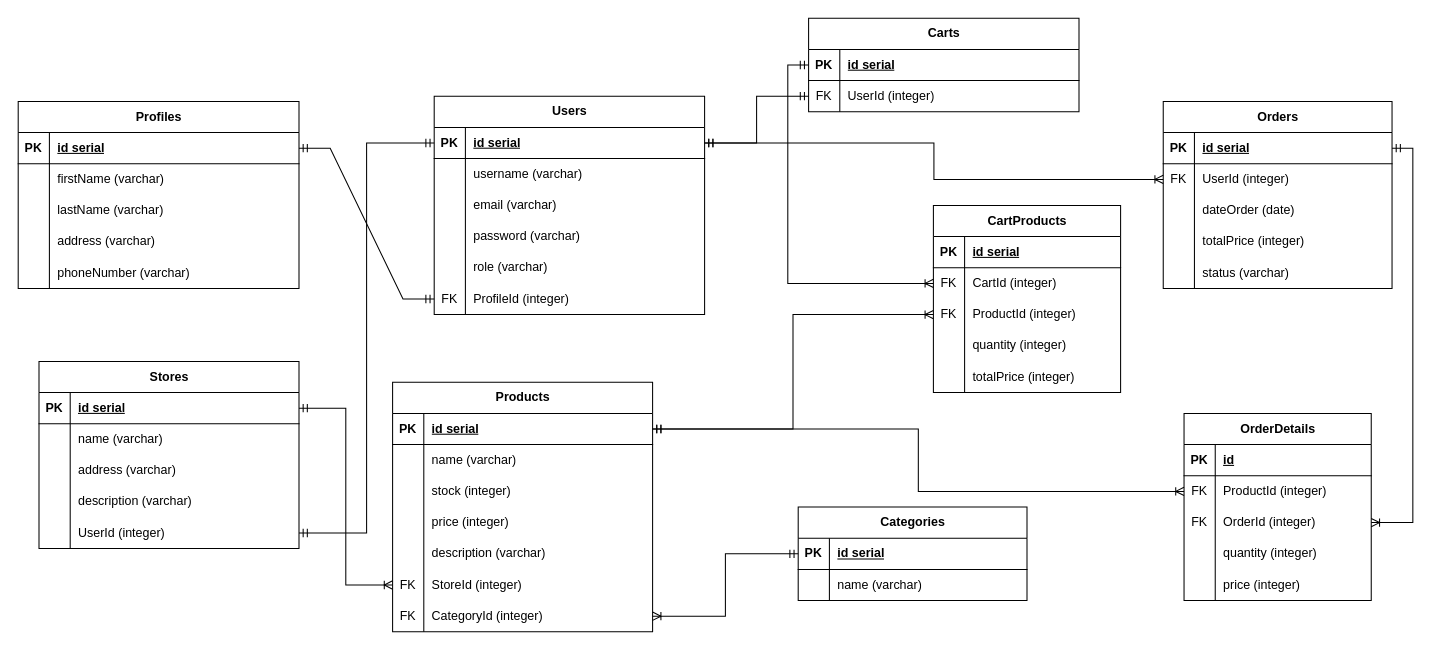
Above: scheme.png.drawio in fuadmuchtar/hacktiv8-ph1-pp-happy-thrift (draw.io), before the change. Source tidied: cells renumbered, new cells numbered last; positions are measured from the earlier drawing's top-left corner, leaving out a move shared by most shapes. Both pictures are drawn from the tidied source at 104%, with x=0, y=0 at pixel (18, 18).
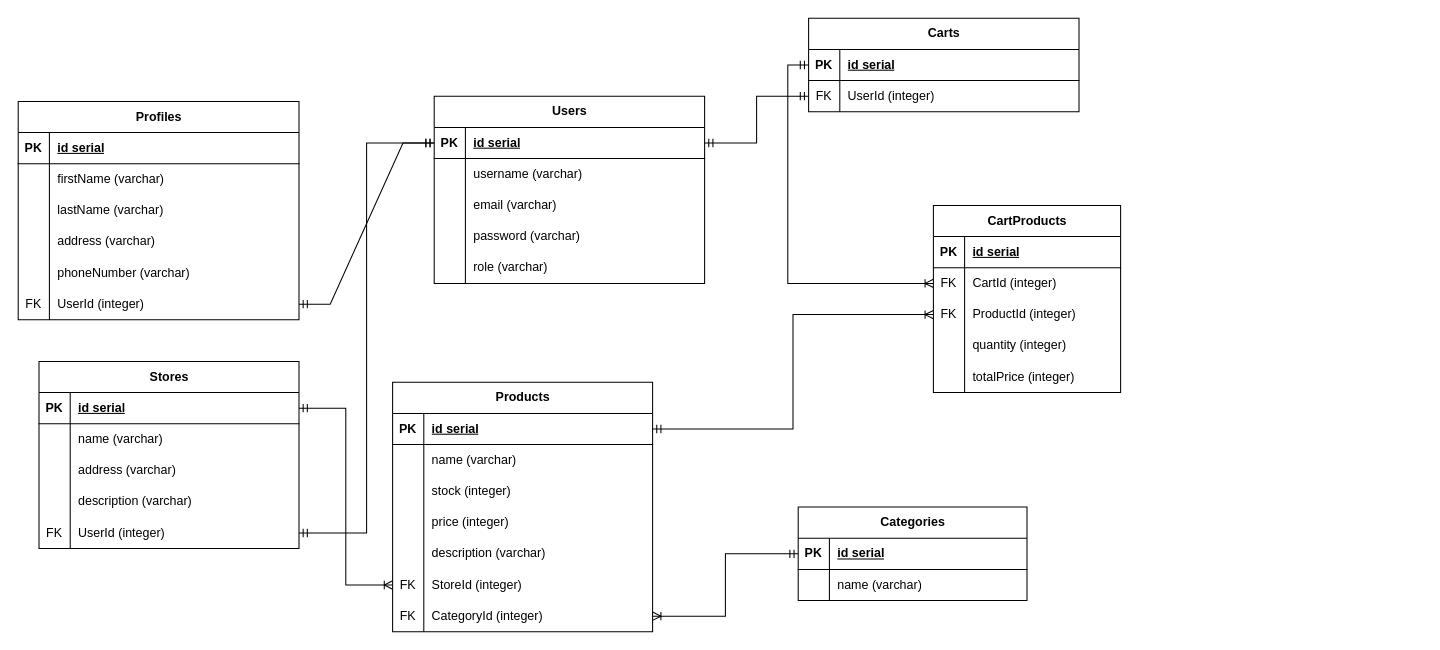
The same page after the edit.

Unchanged cells that the change refers to:
```xml
<mxCell id="3" style="shape=tableRow;horizontal=0;startSize=0;swimlaneHead=0;swimlaneBody=0;fillColor=none;points=[[0,0.5],[1,0.5]];portConstraint=eastwest;top=0;left=0;right=0;bottom=1;" parent="2" vertex="1">
  <mxGeometry y="30" width="260" height="30" as="geometry" />
</mxCell>
<mxCell id="22" style="shape=tableRow;horizontal=0;startSize=0;swimlaneHead=0;swimlaneBody=0;fillColor=none;points=[[0,0.5],[1,0.5]];portConstraint=eastwest;top=0;left=0;right=0;bottom=1;" parent="21" vertex="1">
  <mxGeometry y="30" width="270" height="30" as="geometry" />
</mxCell>
<mxCell id="51" style="shape=tableRow;horizontal=0;startSize=0;swimlaneHead=0;swimlaneBody=0;fillColor=none;points=[[0,0.5],[1,0.5]];portConstraint=eastwest;top=0;left=0;right=0;bottom=0;" parent="38" vertex="1">
  <mxGeometry y="150" width="250" height="30" as="geometry" />
</mxCell>
<mxCell id="55" style="shape=tableRow;horizontal=0;startSize=0;swimlaneHead=0;swimlaneBody=0;fillColor=none;points=[[0,0.5],[1,0.5]];portConstraint=eastwest;top=0;left=0;right=0;bottom=1;" parent="54" vertex="1">
  <mxGeometry y="30" width="250" height="30" as="geometry" />
</mxCell>
```

Change to the diagram source:
```diff
@@
     <mxCell id="2" value="Users" style="shape=table;startSize=30;childLayout=tableLayout;rowLines=0;fontStyle=1;align=center;html=1;" parent="1" vertex="1">
-      <mxGeometry x="400" y="75" width="260" height="210" as="geometry" />
+      <mxGeometry x="400" y="75" width="260" height="180" as="geometry" />
     </mxCell>
@@
-    <mxCell id="18" style="shape=tableRow;horizontal=0;startSize=0;swimlaneHead=0;swimlaneBody=0;fillColor=none;points=[[0,0.5],[1,0.5]];portConstraint=eastwest;top=0;left=0;right=0;bottom=0;" parent="2" vertex="1">
-      <mxGeometry y="180" width="260" height="30" as="geometry" />
-    </mxCell>
-    <mxCell id="19" value="FK" style="shape=partialRectangle;fillColor=none;top=0;left=0;bottom=0;right=0;overflow=hidden;whiteSpace=wrap;html=1;" parent="18" vertex="1">
-      <mxGeometry width="30" height="30" as="geometry" />
-    </mxCell>
-    <mxCell id="20" value="ProfileId (integer)" style="shape=partialRectangle;fillColor=none;top=0;left=0;bottom=0;right=0;align=left;spacingLeft=6;overflow=hidden;whiteSpace=wrap;html=1;" parent="18" vertex="1">
-      <mxGeometry x="30" width="230" height="30" as="geometry" />
-    </mxCell>
     <mxCell id="21" value="Profiles" style="shape=table;startSize=30;childLayout=tableLayout;rowLines=0;fontStyle=1;align=center;html=1;" parent="1" vertex="1">
-      <mxGeometry y="80" width="270" height="180" as="geometry" />
+      <mxGeometry y="80" width="270" height="210" as="geometry" />
     </mxCell>
@@
+    <mxCell id="147" style="shape=tableRow;horizontal=0;startSize=0;swimlaneHead=0;swimlaneBody=0;fillColor=none;points=[[0,0.5],[1,0.5]];portConstraint=eastwest;top=0;left=0;right=0;bottom=0;" parent="21" vertex="1">
+      <mxGeometry y="180" width="270" height="30" as="geometry" />
+    </mxCell>
+    <mxCell id="148" value="FK" style="shape=partialRectangle;fillColor=none;top=0;left=0;bottom=0;right=0;overflow=hidden;whiteSpace=wrap;html=1;" parent="147" vertex="1">
+      <mxGeometry width="30" height="30" as="geometry" />
+    </mxCell>
+    <mxCell id="117" value="UserId (integer)" style="shape=partialRectangle;fillColor=none;top=0;left=0;bottom=0;right=0;align=left;spacingLeft=6;overflow=hidden;whiteSpace=wrap;html=1;" parent="147" vertex="1">
+      <mxGeometry x="30" width="240" height="30" as="geometry" />
+    </mxCell>
-    <mxCell id="37" style="edgeStyle=entityRelationEdgeStyle;fontSize=12;html=1;endArrow=ERmandOne;startArrow=ERmandOne;rounded=0;exitX=0;exitY=0.5;exitDx=0;exitDy=0;" parent="1" edge="1" source="18" target="22">
+    <mxCell id="37" style="edgeStyle=entityRelationEdgeStyle;fontSize=12;html=1;endArrow=ERmandOne;startArrow=ERmandOne;rounded=0;exitX=0;exitY=0.5;exitDx=0;exitDy=0;entryX=1;entryY=0.5;entryDx=0;entryDy=0;" parent="1" edge="1" source="3" target="147">
       <mxGeometry relative="1" as="geometry" />
     </mxCell>
@@
-    <mxCell id="52" style="shape=partialRectangle;fillColor=none;top=0;left=0;bottom=0;right=0;overflow=hidden;whiteSpace=wrap;html=1;" parent="51" vertex="1">
+    <mxCell id="52" value="FK" style="shape=partialRectangle;fillColor=none;top=0;left=0;bottom=0;right=0;overflow=hidden;whiteSpace=wrap;html=1;" parent="51" vertex="1">
       <mxGeometry width="30" height="30" as="geometry" />
     </mxCell>
@@
-    <mxCell id="111" value="Orders" style="shape=table;startSize=30;childLayout=tableLayout;rowLines=0;fontStyle=1;align=center;html=1;" parent="1" vertex="1">
-      <mxGeometry x="1101" y="80" width="220" height="180" as="geometry" />
-    </mxCell>
-    <mxCell id="112" style="shape=tableRow;horizontal=0;startSize=0;swimlaneHead=0;swimlaneBody=0;fillColor=none;points=[[0,0.5],[1,0.5]];portConstraint=eastwest;top=0;left=0;right=0;bottom=1;" parent="111" vertex="1">
-      <mxGeometry y="30" width="220" height="30" as="geometry" />
-    </mxCell>
-    <mxCell id="113" value="PK" style="shape=partialRectangle;fillColor=none;top=0;left=0;bottom=0;right=0;fontStyle=1;overflow=hidden;whiteSpace=wrap;html=1;" parent="112" vertex="1">
-      <mxGeometry width="30" height="30" as="geometry" />
-    </mxCell>
-    <mxCell id="114" value="id serial" style="shape=partialRectangle;fillColor=none;top=0;left=0;bottom=0;right=0;align=left;spacingLeft=6;fontStyle=5;overflow=hidden;whiteSpace=wrap;html=1;" parent="112" vertex="1">
-      <mxGeometry x="30" width="190" height="30" as="geometry" />
-    </mxCell>
-    <mxCell id="115" style="shape=tableRow;horizontal=0;startSize=0;swimlaneHead=0;swimlaneBody=0;fillColor=none;points=[[0,0.5],[1,0.5]];portConstraint=eastwest;top=0;left=0;right=0;bottom=0;" parent="111" vertex="1">
-      <mxGeometry y="60" width="220" height="30" as="geometry" />
-    </mxCell>
-    <mxCell id="116" value="FK" style="shape=partialRectangle;fillColor=none;top=0;left=0;bottom=0;right=0;overflow=hidden;whiteSpace=wrap;html=1;" parent="115" vertex="1">
-      <mxGeometry width="30" height="30" as="geometry" />
-    </mxCell>
-    <mxCell id="117" value="UserId (integer)" style="shape=partialRectangle;fillColor=none;top=0;left=0;bottom=0;right=0;align=left;spacingLeft=6;overflow=hidden;whiteSpace=wrap;html=1;" parent="115" vertex="1">
-      <mxGeometry x="30" width="190" height="30" as="geometry" />
-    </mxCell>
-    <mxCell id="118" style="shape=tableRow;horizontal=0;startSize=0;swimlaneHead=0;swimlaneBody=0;fillColor=none;top=0;left=0;right=0;bottom=0;" parent="111" vertex="1">
-      <mxGeometry y="90" width="220" height="30" as="geometry" />
-    </mxCell>
-    <mxCell id="119" style="shape=partialRectangle;fillColor=none;top=0;left=0;bottom=0;right=0;overflow=hidden;whiteSpace=wrap;html=1;" parent="118" vertex="1">
-      <mxGeometry width="30" height="30" as="geometry" />
-    </mxCell>
-    <mxCell id="120" value="dateOrder (date)" style="shape=partialRectangle;fillColor=none;top=0;left=0;bottom=0;right=0;align=left;spacingLeft=6;overflow=hidden;whiteSpace=wrap;html=1;" parent="118" vertex="1">
-      <mxGeometry x="30" width="190" height="30" as="geometry" />
-    </mxCell>
-    <mxCell id="121" style="shape=tableRow;horizontal=0;startSize=0;swimlaneHead=0;swimlaneBody=0;fillColor=none;top=0;left=0;right=0;bottom=0;" parent="111" vertex="1">
-      <mxGeometry y="120" width="220" height="30" as="geometry" />
-    </mxCell>
-    <mxCell id="122" style="shape=partialRectangle;fillColor=none;top=0;left=0;bottom=0;right=0;overflow=hidden;whiteSpace=wrap;html=1;" parent="121" vertex="1">
-      <mxGeometry width="30" height="30" as="geometry" />
-    </mxCell>
-    <mxCell id="123" value="totalPrice (integer)" style="shape=partialRectangle;fillColor=none;top=0;left=0;bottom=0;right=0;align=left;spacingLeft=6;overflow=hidden;whiteSpace=wrap;html=1;" parent="121" vertex="1">
-      <mxGeometry x="30" width="190" height="30" as="geometry" />
-    </mxCell>
-    <mxCell id="124" style="shape=tableRow;horizontal=0;startSize=0;swimlaneHead=0;swimlaneBody=0;fillColor=none;top=0;left=0;right=0;bottom=0;" parent="111" vertex="1">
-      <mxGeometry y="150" width="220" height="30" as="geometry" />
-    </mxCell>
-    <mxCell id="125" style="shape=partialRectangle;fillColor=none;top=0;left=0;bottom=0;right=0;overflow=hidden;whiteSpace=wrap;html=1;" parent="124" vertex="1">
-      <mxGeometry width="30" height="30" as="geometry" />
-    </mxCell>
-    <mxCell id="126" value="status (varchar)" style="shape=partialRectangle;fillColor=none;top=0;left=0;bottom=0;right=0;align=left;spacingLeft=6;overflow=hidden;whiteSpace=wrap;html=1;" parent="124" vertex="1">
-      <mxGeometry x="30" width="190" height="30" as="geometry" />
-    </mxCell>
-    <mxCell id="127" value="OrderDetails" style="shape=table;startSize=30;childLayout=tableLayout;rowLines=0;fontStyle=1;align=center;html=1;" parent="1" vertex="1">
-      <mxGeometry x="1121" y="380" width="180" height="180" as="geometry" />
-    </mxCell>
-    <mxCell id="128" style="shape=tableRow;horizontal=0;startSize=0;swimlaneHead=0;swimlaneBody=0;fillColor=none;top=0;left=0;right=0;bottom=1;" parent="127" vertex="1">
-      <mxGeometry y="30" width="180" height="30" as="geometry" />
-    </mxCell>
-    <mxCell id="129" value="PK" style="shape=partialRectangle;fillColor=none;top=0;left=0;bottom=0;right=0;fontStyle=1;overflow=hidden;whiteSpace=wrap;html=1;" parent="128" vertex="1">
-      <mxGeometry width="30" height="30" as="geometry" />
-    </mxCell>
-    <mxCell id="130" value="id" style="shape=partialRectangle;fillColor=none;top=0;left=0;bottom=0;right=0;align=left;spacingLeft=6;fontStyle=5;overflow=hidden;whiteSpace=wrap;html=1;" parent="128" vertex="1">
-      <mxGeometry x="30" width="150" height="30" as="geometry" />
-    </mxCell>
-    <mxCell id="131" style="shape=tableRow;horizontal=0;startSize=0;swimlaneHead=0;swimlaneBody=0;fillColor=none;points=[[0,0.5],[1,0.5]];portConstraint=eastwest;top=0;left=0;right=0;bottom=0;" parent="127" vertex="1">
-      <mxGeometry y="60" width="180" height="30" as="geometry" />
-    </mxCell>
-    <mxCell id="132" value="FK" style="shape=partialRectangle;fillColor=none;top=0;left=0;bottom=0;right=0;overflow=hidden;whiteSpace=wrap;html=1;" parent="131" vertex="1">
-      <mxGeometry width="30" height="30" as="geometry" />
-    </mxCell>
-    <mxCell id="133" value="ProductId (integer)" style="shape=partialRectangle;fillColor=none;top=0;left=0;bottom=0;right=0;align=left;spacingLeft=6;overflow=hidden;whiteSpace=wrap;html=1;" parent="131" vertex="1">
-      <mxGeometry x="30" width="150" height="30" as="geometry" />
-    </mxCell>
-    <mxCell id="134" style="shape=tableRow;horizontal=0;startSize=0;swimlaneHead=0;swimlaneBody=0;fillColor=none;points=[[0,0.5],[1,0.5]];portConstraint=eastwest;top=0;left=0;right=0;bottom=0;" parent="127" vertex="1">
-      <mxGeometry y="90" width="180" height="30" as="geometry" />
-    </mxCell>
-    <mxCell id="135" value="FK" style="shape=partialRectangle;fillColor=none;top=0;left=0;bottom=0;right=0;overflow=hidden;whiteSpace=wrap;html=1;" parent="134" vertex="1">
-      <mxGeometry width="30" height="30" as="geometry" />
-    </mxCell>
-    <mxCell id="136" value="&lt;div&gt;&lt;span style=&quot;background-color: transparent; color: light-dark(rgb(0, 0, 0), rgb(255, 255, 255));&quot;&gt;OrderId (integer)&lt;/span&gt;&lt;/div&gt;" style="shape=partialRectangle;fillColor=none;top=0;left=0;bottom=0;right=0;align=left;spacingLeft=6;overflow=hidden;whiteSpace=wrap;html=1;" parent="134" vertex="1">
-      <mxGeometry x="30" width="150" height="30" as="geometry" />
-    </mxCell>
-    <mxCell id="137" style="shape=tableRow;horizontal=0;startSize=0;swimlaneHead=0;swimlaneBody=0;fillColor=none;top=0;left=0;right=0;bottom=0;" parent="127" vertex="1">
-      <mxGeometry y="120" width="180" height="30" as="geometry" />
-    </mxCell>
-    <mxCell id="138" style="shape=partialRectangle;fillColor=none;top=0;left=0;bottom=0;right=0;overflow=hidden;whiteSpace=wrap;html=1;" parent="137" vertex="1">
-      <mxGeometry width="30" height="30" as="geometry" />
-    </mxCell>
-    <mxCell id="139" value="quantity (integer)" style="shape=partialRectangle;fillColor=none;top=0;left=0;bottom=0;right=0;align=left;spacingLeft=6;overflow=hidden;whiteSpace=wrap;html=1;" parent="137" vertex="1">
-      <mxGeometry x="30" width="150" height="30" as="geometry" />
-    </mxCell>
-    <mxCell id="140" style="shape=tableRow;horizontal=0;startSize=0;swimlaneHead=0;swimlaneBody=0;fillColor=none;top=0;left=0;right=0;bottom=0;" parent="127" vertex="1">
-      <mxGeometry y="150" width="180" height="30" as="geometry" />
-    </mxCell>
-    <mxCell id="141" style="shape=partialRectangle;fillColor=none;top=0;left=0;bottom=0;right=0;overflow=hidden;whiteSpace=wrap;html=1;" parent="140" vertex="1">
-      <mxGeometry width="30" height="30" as="geometry" />
-    </mxCell>
-    <mxCell id="142" value="price (integer)" style="shape=partialRectangle;fillColor=none;top=0;left=0;bottom=0;right=0;align=left;spacingLeft=6;overflow=hidden;whiteSpace=wrap;html=1;" parent="140" vertex="1">
-      <mxGeometry x="30" width="150" height="30" as="geometry" />
-    </mxCell>
@@
-    <mxCell id="144" style="edgeStyle=orthogonalEdgeStyle;rounded=0;jettySize=auto;html=1;exitX=1;exitY=0.5;exitDx=0;exitDy=0;entryX=0;entryY=0.5;entryDx=0;entryDy=0;startArrow=ERmandOne;startFill=0;endArrow=ERoneToMany;endFill=0;" parent="1" edge="1" source="55" target="131">
-      <mxGeometry relative="1" as="geometry" />
-    </mxCell>
-    <mxCell id="145" style="edgeStyle=orthogonalEdgeStyle;rounded=0;jettySize=auto;html=1;exitX=1;exitY=0.5;exitDx=0;exitDy=0;entryX=1;entryY=0.5;entryDx=0;entryDy=0;endArrow=ERoneToMany;endFill=0;startArrow=ERmandOne;startFill=0;" parent="1" edge="1" source="112" target="134">
-      <mxGeometry relative="1" as="geometry" />
-    </mxCell>
-    <mxCell id="146" style="edgeStyle=orthogonalEdgeStyle;rounded=0;jettySize=auto;html=1;exitX=1;exitY=0.5;exitDx=0;exitDy=0;entryX=0;entryY=0.5;entryDx=0;entryDy=0;endArrow=ERoneToMany;endFill=0;startArrow=ERmandOne;startFill=0;" parent="1" edge="1" source="3" target="115">
-      <mxGeometry relative="1" as="geometry" />
-    </mxCell>
```
